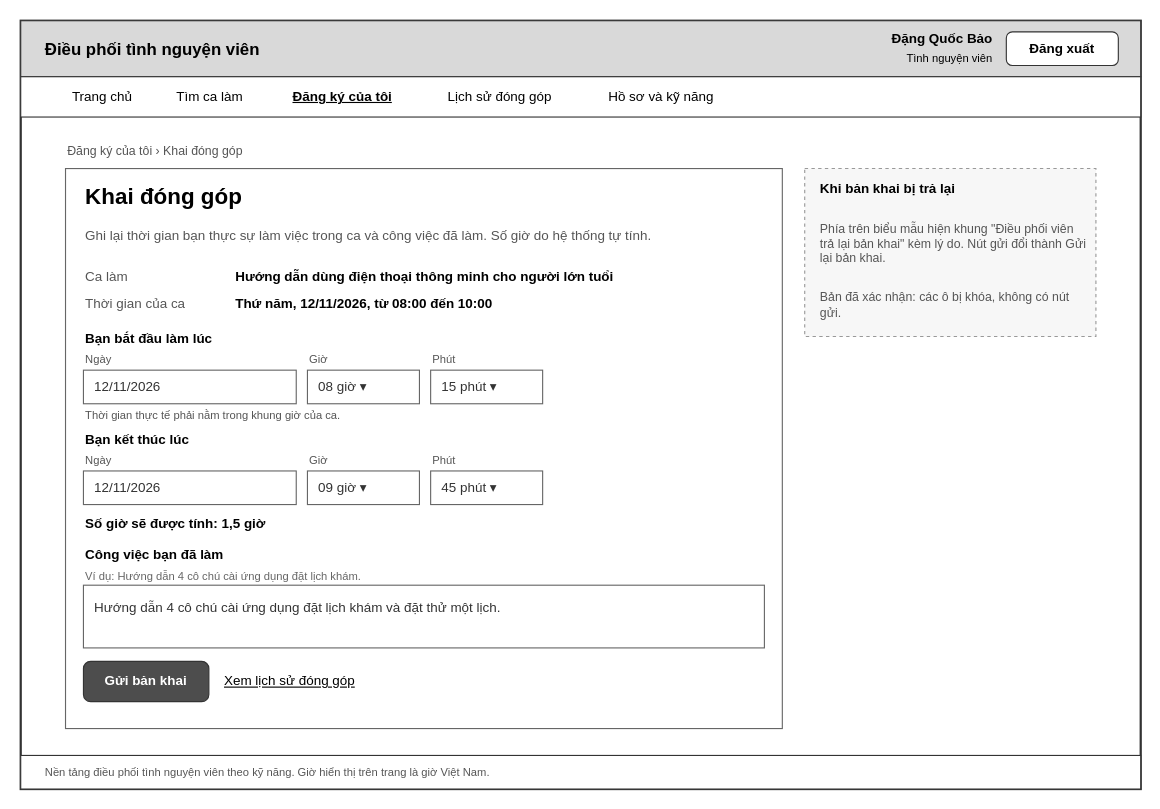
The draw.io diagram docs/giao_dien/drawio/M10_Khai_dong_gop.drawio in kanishere55/OOSD_NenTangDieuPhoi_TNV, before the edit. Source tidied: cells renumbered, new cells numbered last; positions are measured from the earlier drawing's top-left corner, leaving out a move shared by most shapes. Both pictures are drawn from the tidied source at 112%, with x=0, y=0 at pixel (20, 20).
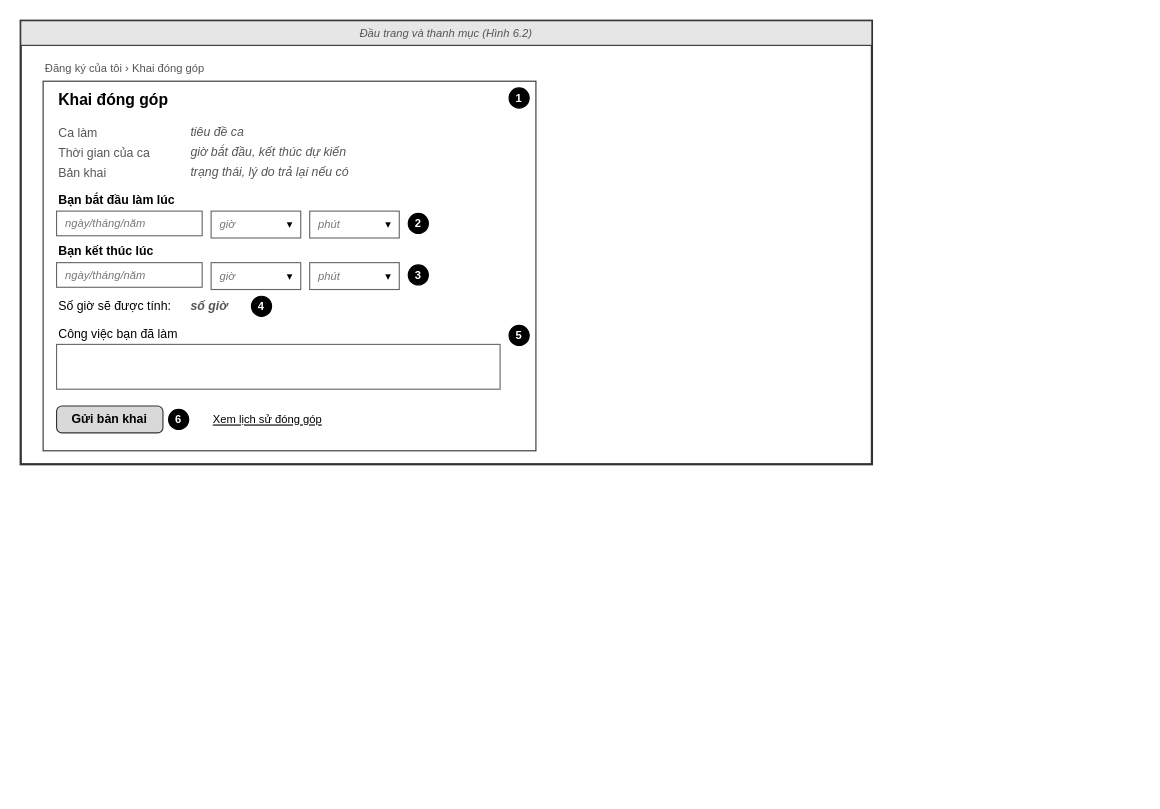
The same page after the edit.

The edit, as a diff of the source:
```diff
@@
     <mxCell id="2" style="rounded=0;whiteSpace=wrap;html=1;fillColor=#ffffff;strokeColor=#333333;strokeWidth=2;" parent="1" vertex="1">
-      <mxGeometry width="1000" height="686" as="geometry" />
+      <mxGeometry width="760" height="396" as="geometry" />
     </mxCell>
-    <mxCell id="3" style="rounded=0;whiteSpace=wrap;html=1;fillColor=#d9d9d9;strokeColor=#333333;" parent="1" vertex="1">
-      <mxGeometry width="1000" height="50" as="geometry" />
+    <mxCell id="3" value="Đầu trang và thanh mục (Hình 6.2)" style="rounded=0;whiteSpace=wrap;html=1;fillColor=#e6e6e6;strokeColor=#333333;fontSize=10;fontStyle=2;fontColor=#555555;" parent="1" vertex="1">
+      <mxGeometry width="760" height="22" as="geometry" />
     </mxCell>
-    <mxCell id="4" value="Điều phối tình nguyện viên" style="text;html=1;strokeColor=none;fillColor=none;align=left;verticalAlign=middle;whiteSpace=wrap;rounded=0;fontSize=15;fontStyle=1;fontColor=#000000;" parent="1" vertex="1">
-      <mxGeometry x="20" y="10" width="320" height="30" as="geometry" />
+    <mxCell id="4" value="Đăng ký của tôi  ›  Khai đóng góp" style="text;html=1;strokeColor=none;fillColor=none;align=left;verticalAlign=middle;whiteSpace=wrap;rounded=0;fontSize=10;fontStyle=0;fontColor=#555555;" parent="1" vertex="1">
+      <mxGeometry x="20" y="34" width="500" height="16" as="geometry" />
     </mxCell>
-    <mxCell id="5" value="Đặng Quốc Bảo" style="text;html=1;strokeColor=none;fillColor=none;align=right;verticalAlign=middle;whiteSpace=wrap;rounded=0;fontSize=12;fontStyle=1;fontColor=#000000;" parent="1" vertex="1">
-      <mxGeometry x="670" y="6" width="200" height="20" as="geometry" />
+    <mxCell id="5" style="rounded=0;arcSize=8;whiteSpace=wrap;html=1;fillColor=#ffffff;strokeColor=#333333;" parent="1" vertex="1">
+      <mxGeometry x="20" y="54" width="440" height="330" as="geometry" />
     </mxCell>
-    <mxCell id="6" value="Tình nguyện viên" style="text;html=1;strokeColor=none;fillColor=none;align=right;verticalAlign=middle;whiteSpace=wrap;rounded=0;fontSize=10;fontStyle=0;fontColor=#000000;" parent="1" vertex="1">
-      <mxGeometry x="670" y="24" width="200" height="18" as="geometry" />
+    <mxCell id="6" value="Khai đóng góp" style="text;html=1;strokeColor=none;fillColor=none;align=left;verticalAlign=middle;whiteSpace=wrap;rounded=0;fontSize=14;fontStyle=1;fontColor=#000000;" parent="1" vertex="1">
+      <mxGeometry x="32" y="60" width="300" height="22" as="geometry" />
     </mxCell>
-    <mxCell id="7" value="Đăng xuất" style="rounded=1;whiteSpace=wrap;html=1;arcSize=18;fontSize=12;fillColor=#ffffff;strokeColor=#333333;fontColor=#000000;fontStyle=1;" parent="1" vertex="1">
-      <mxGeometry x="880" y="10" width="100" height="30" as="geometry" />
+    <mxCell id="7" value="Ca làm" style="text;html=1;strokeColor=none;fillColor=none;align=left;verticalAlign=middle;whiteSpace=wrap;rounded=0;fontSize=11;fontStyle=0;fontColor=#555555;" parent="1" vertex="1">
+      <mxGeometry x="32" y="90" width="110" height="19" as="geometry" />
     </mxCell>
-    <mxCell id="8" style="rounded=0;whiteSpace=wrap;html=1;fillColor=#ffffff;strokeColor=#333333;" parent="1" vertex="1">
-      <mxGeometry y="50" width="1000" height="36" as="geometry" />
+    <mxCell id="8" value="tiêu đề ca" style="text;html=1;strokeColor=none;fillColor=none;align=left;verticalAlign=middle;whiteSpace=wrap;rounded=0;fontSize=11;fontStyle=2;fontColor=#555555;" parent="1" vertex="1">
+      <mxGeometry x="150" y="90" width="290" height="18" as="geometry" />
     </mxCell>
-    <mxCell id="9" value="Trang chủ" style="text;html=1;strokeColor=none;fillColor=none;align=center;verticalAlign=middle;whiteSpace=wrap;rounded=0;fontSize=12;fontStyle=0;fontColor=#000000;" parent="1" vertex="1">
-      <mxGeometry x="30" y="56" width="86" height="24" as="geometry" />
+    <mxCell id="9" value="Thời gian của ca" style="text;html=1;strokeColor=none;fillColor=none;align=left;verticalAlign=middle;whiteSpace=wrap;rounded=0;fontSize=11;fontStyle=0;fontColor=#555555;" parent="1" vertex="1">
+      <mxGeometry x="32" y="108" width="110" height="19" as="geometry" />
     </mxCell>
-    <mxCell id="10" value="Tìm ca làm" style="text;html=1;strokeColor=none;fillColor=none;align=center;verticalAlign=middle;whiteSpace=wrap;rounded=0;fontSize=12;fontStyle=0;fontColor=#000000;" parent="1" vertex="1">
-      <mxGeometry x="122" y="56" width="94" height="24" as="geometry" />
+    <mxCell id="10" value="giờ bắt đầu, kết thúc dự kiến" style="text;html=1;strokeColor=none;fillColor=none;align=left;verticalAlign=middle;whiteSpace=wrap;rounded=0;fontSize=11;fontStyle=2;fontColor=#555555;" parent="1" vertex="1">
+      <mxGeometry x="150" y="108" width="290" height="18" as="geometry" />
     </mxCell>
-    <mxCell id="11" value="Đăng ký của tôi" style="text;html=1;strokeColor=none;fillColor=none;align=center;verticalAlign=middle;whiteSpace=wrap;rounded=0;fontSize=12;fontStyle=5;fontColor=#000000;" parent="1" vertex="1">
-      <mxGeometry x="222" y="56" width="131" height="24" as="geometry" />
+    <mxCell id="11" value="Bản khai" style="text;html=1;strokeColor=none;fillColor=none;align=left;verticalAlign=middle;whiteSpace=wrap;rounded=0;fontSize=11;fontStyle=0;fontColor=#555555;" parent="1" vertex="1">
+      <mxGeometry x="32" y="126" width="110" height="19" as="geometry" />
     </mxCell>
-    <mxCell id="12" value="Lịch sử đóng góp" style="text;html=1;strokeColor=none;fillColor=none;align=center;verticalAlign=middle;whiteSpace=wrap;rounded=0;fontSize=12;fontStyle=0;fontColor=#000000;" parent="1" vertex="1">
-      <mxGeometry x="359" y="56" width="138" height="24" as="geometry" />
+    <mxCell id="12" value="trạng thái, lý do trả lại nếu có" style="text;html=1;strokeColor=none;fillColor=none;align=left;verticalAlign=middle;whiteSpace=wrap;rounded=0;fontSize=11;fontStyle=2;fontColor=#555555;" parent="1" vertex="1">
+      <mxGeometry x="150" y="126" width="290" height="18" as="geometry" />
     </mxCell>
-    <mxCell id="13" value="Hồ sơ và kỹ năng" style="text;html=1;strokeColor=none;fillColor=none;align=center;verticalAlign=middle;whiteSpace=wrap;rounded=0;fontSize=12;fontStyle=0;fontColor=#000000;" parent="1" vertex="1">
-      <mxGeometry x="503" y="56" width="138" height="24" as="geometry" />
+    <mxCell id="13" value="1" style="ellipse;whiteSpace=wrap;html=1;fillColor=#000000;strokeColor=#000000;fontColor=#ffffff;fontSize=10;fontStyle=1;" parent="1" vertex="1">
+      <mxGeometry x="436" y="60" width="18" height="18" as="geometry" />
     </mxCell>
-    <mxCell id="14" value="Đăng ký của tôi  ›  Khai đóng góp" style="text;html=1;strokeColor=none;fillColor=none;align=left;verticalAlign=middle;whiteSpace=wrap;rounded=0;fontSize=11;fontStyle=0;fontColor=#555555;" parent="1" vertex="1">
-      <mxGeometry x="40" y="106" width="900" height="20" as="geometry" />
+    <mxCell id="14" value="Bạn bắt đầu làm lúc" style="text;html=1;strokeColor=none;fillColor=none;align=left;verticalAlign=middle;whiteSpace=wrap;rounded=0;fontSize=11;fontStyle=1;fontColor=#000000;" parent="1" vertex="1">
+      <mxGeometry x="32" y="152" width="200" height="16" as="geometry" />
     </mxCell>
-    <mxCell id="15" style="rounded=0;whiteSpace=wrap;html=1;fillColor=#ffffff;strokeColor=#666666;" parent="1" vertex="1">
-      <mxGeometry x="40" y="132" width="640" height="500" as="geometry" />
+    <mxCell id="15" value="ngày/tháng/năm" style="rounded=0;whiteSpace=wrap;html=1;align=left;spacingLeft=6;fontSize=10;fontStyle=2;fontColor=#777777;fillColor=#ffffff;strokeColor=#666666;" parent="1" vertex="1">
+      <mxGeometry x="32" y="170" width="130" height="22" as="geometry" />
     </mxCell>
-    <mxCell id="16" value="Khai đóng góp" style="text;html=1;strokeColor=none;fillColor=none;align=left;verticalAlign=middle;whiteSpace=wrap;rounded=0;fontSize=20;fontStyle=1;fontColor=#000000;" parent="1" vertex="1">
-      <mxGeometry x="56" y="140" width="500" height="32" as="geometry" />
+    <mxCell id="16" value="giờ" style="rounded=0;whiteSpace=wrap;html=1;align=left;spacingLeft=6;fontSize=10;fontStyle=2;fontColor=#777777;fillColor=#ffffff;strokeColor=#666666;" parent="1" vertex="1">
+      <mxGeometry x="170" y="170" width="80" height="24" as="geometry" />
     </mxCell>
-    <mxCell id="17" value="Ghi lại thời gian bạn thực sự làm việc trong ca và công việc đã làm. Số giờ do hệ thống tự tính." style="text;html=1;strokeColor=none;fillColor=none;align=left;verticalAlign=middle;whiteSpace=wrap;rounded=0;fontSize=12;fontStyle=0;fontColor=#555555;" parent="1" vertex="1">
-      <mxGeometry x="56" y="174" width="600" height="36" as="geometry" />
+    <mxCell id="17" value="▾" style="text;html=1;strokeColor=none;fillColor=none;align=center;verticalAlign=middle;fontSize=10;" parent="1" vertex="1">
+      <mxGeometry x="232" y="172" width="16" height="20" as="geometry" />
     </mxCell>
-    <mxCell id="18" value="Ca làm" style="text;html=1;strokeColor=none;fillColor=none;align=left;verticalAlign=middle;whiteSpace=wrap;rounded=0;fontSize=12;fontStyle=0;fontColor=#555555;" parent="1" vertex="1">
-      <mxGeometry x="56" y="218" width="130" height="22" as="geometry" />
+    <mxCell id="18" value="phút" style="rounded=0;whiteSpace=wrap;html=1;align=left;spacingLeft=6;fontSize=10;fontStyle=2;fontColor=#777777;fillColor=#ffffff;strokeColor=#666666;" parent="1" vertex="1">
+      <mxGeometry x="258" y="170" width="80" height="24" as="geometry" />
     </mxCell>
-    <mxCell id="19" value="Hướng dẫn dùng điện thoại thông minh cho người lớn tuổi" style="text;html=1;strokeColor=none;fillColor=none;align=left;verticalAlign=middle;whiteSpace=wrap;rounded=0;fontSize=12;fontStyle=1;fontColor=#000000;" parent="1" vertex="1">
-      <mxGeometry x="190" y="218" width="470" height="22" as="geometry" />
+    <mxCell id="19" value="▾" style="text;html=1;strokeColor=none;fillColor=none;align=center;verticalAlign=middle;fontSize=10;" parent="1" vertex="1">
+      <mxGeometry x="320" y="172" width="16" height="20" as="geometry" />
     </mxCell>
-    <mxCell id="20" value="Thời gian của ca" style="text;html=1;strokeColor=none;fillColor=none;align=left;verticalAlign=middle;whiteSpace=wrap;rounded=0;fontSize=12;fontStyle=0;fontColor=#555555;" parent="1" vertex="1">
-      <mxGeometry x="56" y="242" width="130" height="22" as="geometry" />
+    <mxCell id="20" value="2" style="ellipse;whiteSpace=wrap;html=1;fillColor=#000000;strokeColor=#000000;fontColor=#ffffff;fontSize=10;fontStyle=1;" parent="1" vertex="1">
+      <mxGeometry x="346" y="172" width="18" height="18" as="geometry" />
     </mxCell>
-    <mxCell id="21" value="Thứ năm, 12/11/2026, từ 08:00 đến 10:00" style="text;html=1;strokeColor=none;fillColor=none;align=left;verticalAlign=middle;whiteSpace=wrap;rounded=0;fontSize=12;fontStyle=1;fontColor=#000000;" parent="1" vertex="1">
-      <mxGeometry x="190" y="242" width="470" height="22" as="geometry" />
+    <mxCell id="21" value="Bạn kết thúc lúc" style="text;html=1;strokeColor=none;fillColor=none;align=left;verticalAlign=middle;whiteSpace=wrap;rounded=0;fontSize=11;fontStyle=1;fontColor=#000000;" parent="1" vertex="1">
+      <mxGeometry x="32" y="198" width="200" height="16" as="geometry" />
     </mxCell>
-    <mxCell id="22" value="Bạn bắt đầu làm lúc" style="text;html=1;strokeColor=none;fillColor=none;align=left;verticalAlign=middle;whiteSpace=wrap;rounded=0;fontSize=12;fontStyle=1;fontColor=#000000;" parent="1" vertex="1">
-      <mxGeometry x="56" y="274" width="300" height="20" as="geometry" />
+    <mxCell id="22" value="ngày/tháng/năm" style="rounded=0;whiteSpace=wrap;html=1;align=left;spacingLeft=6;fontSize=10;fontStyle=2;fontColor=#777777;fillColor=#ffffff;strokeColor=#666666;" parent="1" vertex="1">
+      <mxGeometry x="32" y="216" width="130" height="22" as="geometry" />
     </mxCell>
-    <mxCell id="23" value="Ngày" style="text;html=1;strokeColor=none;fillColor=none;align=left;verticalAlign=middle;whiteSpace=wrap;rounded=0;fontSize=10;fontStyle=0;fontColor=#555555;" parent="1" vertex="1">
-      <mxGeometry x="56" y="294" width="190" height="16" as="geometry" />
+    <mxCell id="23" value="giờ" style="rounded=0;whiteSpace=wrap;html=1;align=left;spacingLeft=6;fontSize=10;fontStyle=2;fontColor=#777777;fillColor=#ffffff;strokeColor=#666666;" parent="1" vertex="1">
+      <mxGeometry x="170" y="216" width="80" height="24" as="geometry" />
     </mxCell>
-    <mxCell id="24" value="Giờ" style="text;html=1;strokeColor=none;fillColor=none;align=left;verticalAlign=middle;whiteSpace=wrap;rounded=0;fontSize=10;fontStyle=0;fontColor=#555555;" parent="1" vertex="1">
-      <mxGeometry x="256" y="294" width="100" height="16" as="geometry" />
+    <mxCell id="24" value="▾" style="text;html=1;strokeColor=none;fillColor=none;align=center;verticalAlign=middle;fontSize=10;" parent="1" vertex="1">
+      <mxGeometry x="232" y="218" width="16" height="20" as="geometry" />
     </mxCell>
-    <mxCell id="25" value="Phút" style="text;html=1;strokeColor=none;fillColor=none;align=left;verticalAlign=middle;whiteSpace=wrap;rounded=0;fontSize=10;fontStyle=0;fontColor=#555555;" parent="1" vertex="1">
-      <mxGeometry x="366" y="294" width="100" height="16" as="geometry" />
+    <mxCell id="25" value="phút" style="rounded=0;whiteSpace=wrap;html=1;align=left;spacingLeft=6;fontSize=10;fontStyle=2;fontColor=#777777;fillColor=#ffffff;strokeColor=#666666;" parent="1" vertex="1">
+      <mxGeometry x="258" y="216" width="80" height="24" as="geometry" />
     </mxCell>
-    <mxCell id="26" value="12/11/2026" style="rounded=0;whiteSpace=wrap;html=1;align=left;spacingLeft=8;fontSize=12;fillColor=#ffffff;strokeColor=#666666;fontColor=#333333;" parent="1" vertex="1">
-      <mxGeometry x="56" y="312" width="190" height="30" as="geometry" />
+    <mxCell id="26" value="▾" style="text;html=1;strokeColor=none;fillColor=none;align=center;verticalAlign=middle;fontSize=10;" parent="1" vertex="1">
+      <mxGeometry x="320" y="218" width="16" height="20" as="geometry" />
     </mxCell>
-    <mxCell id="27" value="08 giờ  ▾" style="rounded=0;whiteSpace=wrap;html=1;align=left;spacingLeft=8;fontSize=12;fillColor=#ffffff;strokeColor=#666666;fontColor=#333333;" parent="1" vertex="1">
-      <mxGeometry x="256" y="312" width="100" height="30" as="geometry" />
+    <mxCell id="27" value="3" style="ellipse;whiteSpace=wrap;html=1;fillColor=#000000;strokeColor=#000000;fontColor=#ffffff;fontSize=10;fontStyle=1;" parent="1" vertex="1">
+      <mxGeometry x="346" y="218" width="18" height="18" as="geometry" />
     </mxCell>
-    <mxCell id="28" value="15 phút  ▾" style="rounded=0;whiteSpace=wrap;html=1;align=left;spacingLeft=8;fontSize=12;fillColor=#ffffff;strokeColor=#666666;fontColor=#333333;" parent="1" vertex="1">
-      <mxGeometry x="366" y="312" width="100" height="30" as="geometry" />
+    <mxCell id="28" value="Số giờ sẽ được tính:" style="text;html=1;strokeColor=none;fillColor=none;align=left;verticalAlign=middle;whiteSpace=wrap;rounded=0;fontSize=11;fontStyle=0;fontColor=#000000;" parent="1" vertex="1">
+      <mxGeometry x="32" y="246" width="130" height="18" as="geometry" />
     </mxCell>
-    <mxCell id="29" value="Thời gian thực tế phải nằm trong khung giờ của ca." style="text;html=1;strokeColor=none;fillColor=none;align=left;verticalAlign=middle;whiteSpace=wrap;rounded=0;fontSize=10;fontStyle=0;fontColor=#555555;" parent="1" vertex="1">
-      <mxGeometry x="56" y="344" width="400" height="16" as="geometry" />
+    <mxCell id="29" value="số giờ" style="text;html=1;strokeColor=none;fillColor=none;align=left;verticalAlign=middle;whiteSpace=wrap;rounded=0;fontSize=11;fontStyle=3;fontColor=#555555;" parent="1" vertex="1">
+      <mxGeometry x="150" y="246" width="100" height="18" as="geometry" />
     </mxCell>
-    <mxCell id="30" value="Bạn kết thúc lúc" style="text;html=1;strokeColor=none;fillColor=none;align=left;verticalAlign=middle;whiteSpace=wrap;rounded=0;fontSize=12;fontStyle=1;fontColor=#000000;" parent="1" vertex="1">
-      <mxGeometry x="56" y="364" width="300" height="20" as="geometry" />
+    <mxCell id="30" value="4" style="ellipse;whiteSpace=wrap;html=1;fillColor=#000000;strokeColor=#000000;fontColor=#ffffff;fontSize=10;fontStyle=1;" parent="1" vertex="1">
+      <mxGeometry x="206" y="246" width="18" height="18" as="geometry" />
     </mxCell>
-    <mxCell id="31" value="Ngày" style="text;html=1;strokeColor=none;fillColor=none;align=left;verticalAlign=middle;whiteSpace=wrap;rounded=0;fontSize=10;fontStyle=0;fontColor=#555555;" parent="1" vertex="1">
-      <mxGeometry x="56" y="384" width="190" height="16" as="geometry" />
+    <mxCell id="31" value="Công việc bạn đã làm" style="text;html=1;strokeColor=none;fillColor=none;align=left;verticalAlign=middle;whiteSpace=wrap;rounded=0;fontSize=11;fontStyle=0;fontColor=#000000;" parent="1" vertex="1">
+      <mxGeometry x="32" y="272" width="396" height="16" as="geometry" />
     </mxCell>
-    <mxCell id="32" value="Giờ" style="text;html=1;strokeColor=none;fillColor=none;align=left;verticalAlign=middle;whiteSpace=wrap;rounded=0;fontSize=10;fontStyle=0;fontColor=#555555;" parent="1" vertex="1">
-      <mxGeometry x="256" y="384" width="100" height="16" as="geometry" />
+    <mxCell id="32" style="rounded=0;whiteSpace=wrap;html=1;align=left;spacingLeft=6;fontSize=10;fontStyle=2;fontColor=#777777;fillColor=#ffffff;strokeColor=#666666;verticalAlign=top;spacingTop=4;" parent="1" vertex="1">
+      <mxGeometry x="32" y="289" width="396" height="40" as="geometry" />
     </mxCell>
-    <mxCell id="33" value="Phút" style="text;html=1;strokeColor=none;fillColor=none;align=left;verticalAlign=middle;whiteSpace=wrap;rounded=0;fontSize=10;fontStyle=0;fontColor=#555555;" parent="1" vertex="1">
-      <mxGeometry x="366" y="384" width="100" height="16" as="geometry" />
+    <mxCell id="33" value="5" style="ellipse;whiteSpace=wrap;html=1;fillColor=#000000;strokeColor=#000000;fontColor=#ffffff;fontSize=10;fontStyle=1;" parent="1" vertex="1">
+      <mxGeometry x="436" y="272" width="18" height="18" as="geometry" />
     </mxCell>
-    <mxCell id="34" value="12/11/2026" style="rounded=0;whiteSpace=wrap;html=1;align=left;spacingLeft=8;fontSize=12;fillColor=#ffffff;strokeColor=#666666;fontColor=#333333;" parent="1" vertex="1">
-      <mxGeometry x="56" y="402" width="190" height="30" as="geometry" />
+    <mxCell id="34" value="Gửi bản khai" style="rounded=1;arcSize=20;whiteSpace=wrap;html=1;fontSize=11;strokeColor=#333333;fillColor=#d9d9d9;fontStyle=1;" parent="1" vertex="1">
+      <mxGeometry x="32" y="344" width="95" height="24" as="geometry" />
     </mxCell>
-    <mxCell id="35" value="09 giờ  ▾" style="rounded=0;whiteSpace=wrap;html=1;align=left;spacingLeft=8;fontSize=12;fillColor=#ffffff;strokeColor=#666666;fontColor=#333333;" parent="1" vertex="1">
-      <mxGeometry x="256" y="402" width="100" height="30" as="geometry" />
+    <mxCell id="35" value="6" style="ellipse;whiteSpace=wrap;html=1;fillColor=#000000;strokeColor=#000000;fontColor=#ffffff;fontSize=10;fontStyle=1;" parent="1" vertex="1">
+      <mxGeometry x="132" y="347" width="18" height="18" as="geometry" />
     </mxCell>
-    <mxCell id="36" value="45 phút  ▾" style="rounded=0;whiteSpace=wrap;html=1;align=left;spacingLeft=8;fontSize=12;fillColor=#ffffff;strokeColor=#666666;fontColor=#333333;" parent="1" vertex="1">
-      <mxGeometry x="366" y="402" width="100" height="30" as="geometry" />
+    <mxCell id="36" value="Xem lịch sử đóng góp" style="text;html=1;strokeColor=none;fillColor=none;align=left;verticalAlign=middle;whiteSpace=wrap;rounded=0;fontSize=10;fontStyle=4;fontColor=#000000;" parent="1" vertex="1">
+      <mxGeometry x="170" y="347" width="200" height="18" as="geometry" />
     </mxCell>
-    <mxCell id="37" value="Số giờ sẽ được tính: 1,5 giờ" style="text;html=1;strokeColor=none;fillColor=none;align=left;verticalAlign=middle;whiteSpace=wrap;rounded=0;fontSize=12;fontStyle=1;fontColor=#000000;" parent="1" vertex="1">
-      <mxGeometry x="56" y="438" width="400" height="22" as="geometry" />
-    </mxCell>
-    <mxCell id="38" value="Công việc bạn đã làm" style="text;html=1;strokeColor=none;fillColor=none;align=left;verticalAlign=middle;whiteSpace=wrap;rounded=0;fontSize=12;fontStyle=1;fontColor=#000000;" parent="1" vertex="1">
-      <mxGeometry x="56" y="466" width="608" height="22" as="geometry" />
-    </mxCell>
-    <mxCell id="39" value="Ví dụ: Hướng dẫn 4 cô chú cài ứng dụng đặt lịch khám." style="text;html=1;strokeColor=none;fillColor=none;align=left;verticalAlign=middle;whiteSpace=wrap;rounded=0;fontSize=10;fontStyle=0;fontColor=#666666;" parent="1" vertex="1">
-      <mxGeometry x="56" y="486" width="608" height="20" as="geometry" />
-    </mxCell>
-    <mxCell id="40" value="Hướng dẫn 4 cô chú cài ứng dụng đặt lịch khám và đặt thử một lịch." style="rounded=0;whiteSpace=wrap;html=1;align=left;spacingLeft=8;fontSize=12;fillColor=#ffffff;strokeColor=#666666;fontColor=#333333;verticalAlign=top;spacingTop=6;" parent="1" vertex="1">
-      <mxGeometry x="56" y="504" width="608" height="56" as="geometry" />
-    </mxCell>
-    <mxCell id="41" value="Gửi bản khai" style="rounded=1;whiteSpace=wrap;html=1;arcSize=18;fontSize=12;fillColor=#4d4d4d;strokeColor=#333333;fontColor=#ffffff;fontStyle=1;" parent="1" vertex="1">
-      <mxGeometry x="56" y="572" width="112" height="36" as="geometry" />
-    </mxCell>
-    <mxCell id="42" value="Xem lịch sử đóng góp" style="text;html=1;strokeColor=none;fillColor=none;align=left;verticalAlign=middle;whiteSpace=wrap;rounded=0;fontSize=12;fontStyle=4;fontColor=#000000;" parent="1" vertex="1">
-      <mxGeometry x="180" y="578" width="300" height="24" as="geometry" />
-    </mxCell>
-    <mxCell id="43" style="rounded=0;whiteSpace=wrap;html=1;fillColor=#f7f7f7;strokeColor=#999999;dashed=1;" parent="1" vertex="1">
-      <mxGeometry x="700" y="132" width="260" height="150" as="geometry" />
-    </mxCell>
-    <mxCell id="44" value="Khi bản khai bị trả lại" style="text;html=1;strokeColor=none;fillColor=none;align=left;verticalAlign=middle;whiteSpace=wrap;rounded=0;fontSize=12;fontStyle=1;fontColor=#000000;" parent="1" vertex="1">
-      <mxGeometry x="712" y="140" width="240" height="20" as="geometry" />
-    </mxCell>
-    <mxCell id="45" value="Phía trên biểu mẫu hiện khung &quot;Điều phối viên trả lại bản khai&quot; kèm lý do. Nút gửi đổi thành Gửi lại bản khai." style="text;html=1;strokeColor=none;fillColor=none;align=left;verticalAlign=middle;whiteSpace=wrap;rounded=0;fontSize=11;fontStyle=0;fontColor=#555555;" parent="1" vertex="1">
-      <mxGeometry x="712" y="164" width="240" height="70" as="geometry" />
-    </mxCell>
-    <mxCell id="46" value="Bản đã xác nhận: các ô bị khóa, không có nút gửi." style="text;html=1;strokeColor=none;fillColor=none;align=left;verticalAlign=middle;whiteSpace=wrap;rounded=0;fontSize=11;fontStyle=0;fontColor=#555555;" parent="1" vertex="1">
-      <mxGeometry x="712" y="236" width="240" height="36" as="geometry" />
-    </mxCell>
-    <mxCell id="47" style="rounded=0;whiteSpace=wrap;html=1;fillColor=#ffffff;strokeColor=#333333;" parent="1" vertex="1">
-      <mxGeometry y="656" width="1000" height="30" as="geometry" />
-    </mxCell>
-    <mxCell id="48" value="Nền tảng điều phối tình nguyện viên theo kỹ năng. Giờ hiển thị trên trang là giờ Việt Nam." style="text;html=1;strokeColor=none;fillColor=none;align=left;verticalAlign=middle;whiteSpace=wrap;rounded=0;fontSize=10;fontStyle=0;fontColor=#555555;" parent="1" vertex="1">
-      <mxGeometry x="20" y="660" width="700" height="22" as="geometry" />
-    </mxCell>
```
